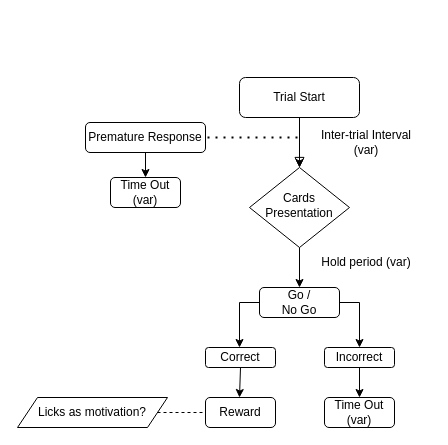
Before: diagrams/trial_structure.drawio in FMendezSlc/Set_Recognition, a draw.io diagram. Source tidied: cells renumbered, new cells numbered last; positions are measured from the earlier drawing's top-left corner, leaving out a move shared by most shapes. Both pictures are drawn from the tidied source at 100%, with x=0, y=0 at pixel (17, 77).
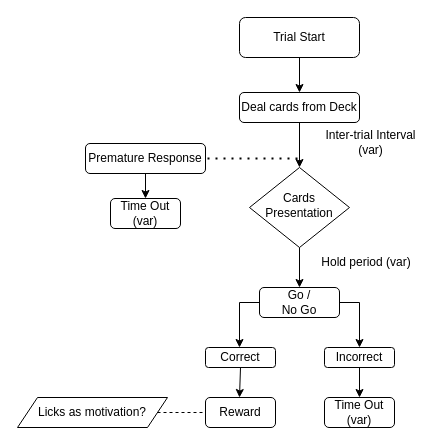
The same diagram, later.

Commit message (it also covers changes not shown here):
testing psychopy

Unchanged cells that the change refers to:
```xml
<mxCell id="5" value="Cards&lt;br&gt;Presentation" style="rhombus;whiteSpace=wrap;html=1;shadow=0;fontFamily=Helvetica;fontSize=12;align=center;strokeWidth=1;spacing=6;spacingTop=-4;" parent="1" vertex="1">
  <mxGeometry x="232" y="90" width="100" height="80" as="geometry" />
</mxCell>
```

Change to the diagram source:
```diff
@@
-    <mxCell id="2" style="rounded=0;html=1;jettySize=auto;fontSize=11;endArrow=block;endFill=0;endSize=8;strokeWidth=1;shadow=0;labelBackgroundColor=none;edgeStyle=orthogonalEdgeStyle;" parent="1" edge="1" source="4" target="5">
-      <mxGeometry relative="1" as="geometry" />
-    </mxCell>
-    <mxCell id="3" style="edgeStyle=orthogonalEdgeStyle;rounded=0;jettySize=auto;html=1;" parent="1" edge="1" source="4" target="5">
+    <mxCell id="3" style="edgeStyle=orthogonalEdgeStyle;rounded=0;jettySize=auto;html=1;exitX=0.5;exitY=1;exitDx=0;exitDy=0;" parent="1" edge="1" source="24" target="5">
       <mxGeometry relative="1" as="geometry" />
     </mxCell>
     <mxCell id="4" value="Trial Start" style="rounded=1;whiteSpace=wrap;html=1;fontSize=12;glass=0;strokeWidth=1;shadow=0;" parent="1" vertex="1">
-      <mxGeometry x="222" width="120" height="40" as="geometry" />
+      <mxGeometry x="222" y="-60" width="120" height="40" as="geometry" />
     </mxCell>
@@
     <mxCell id="6" value="Inter-trial Interval (var)" style="text;html=1;strokeColor=none;fillColor=none;align=center;verticalAlign=middle;whiteSpace=wrap;rounded=0;" parent="1" vertex="1">
-      <mxGeometry x="289" y="50" width="120" height="30" as="geometry" />
+      <mxGeometry x="294" y="50" width="119" height="30" as="geometry" />
     </mxCell>
@@
     <mxCell id="18" value="Time Out&lt;br&gt;(var)" style="rounded=1;whiteSpace=wrap;html=1;" parent="1" vertex="1">
-      <mxGeometry x="93" y="100" width="70" height="30" as="geometry" />
+      <mxGeometry x="93" y="121" width="70" height="30" as="geometry" />
     </mxCell>
     <mxCell id="19" style="endArrow=none;dashed=1;html=1;dashPattern=1 3;strokeWidth=2;rounded=0;" parent="1" edge="1">
       <mxGeometry relative="1" as="geometry">
-        <mxPoint x="182" y="60" as="sourcePoint" />
-        <mxPoint x="282" y="60" as="targetPoint" />
+        <mxPoint x="182" y="81" as="sourcePoint" />
+        <mxPoint x="282" y="81" as="targetPoint" />
       </mxGeometry>
     </mxCell>
     <mxCell id="20" value="Premature Response" style="rounded=1;whiteSpace=wrap;html=1;fontSize=12;glass=0;strokeWidth=1;shadow=0;" parent="1" vertex="1">
-      <mxGeometry x="68" y="45" width="120" height="30" as="geometry" />
+      <mxGeometry x="68" y="66" width="120" height="30" as="geometry" />
     </mxCell>
@@
+    <mxCell id="24" value="Deal cards from Deck" style="rounded=1;whiteSpace=wrap;html=1;" parent="1" vertex="1">
+      <mxGeometry x="222" y="15" width="120" height="30" as="geometry" />
+    </mxCell>
+    <mxCell id="25" style="edgeStyle=orthogonalEdgeStyle;rounded=0;jettySize=auto;html=1;exitX=0.5;exitY=1;exitDx=0;exitDy=0;entryX=0.5;entryY=0;entryDx=0;entryDy=0;" parent="1" edge="1" source="4" target="24">
+      <mxGeometry relative="1" as="geometry" />
+    </mxCell>
```
